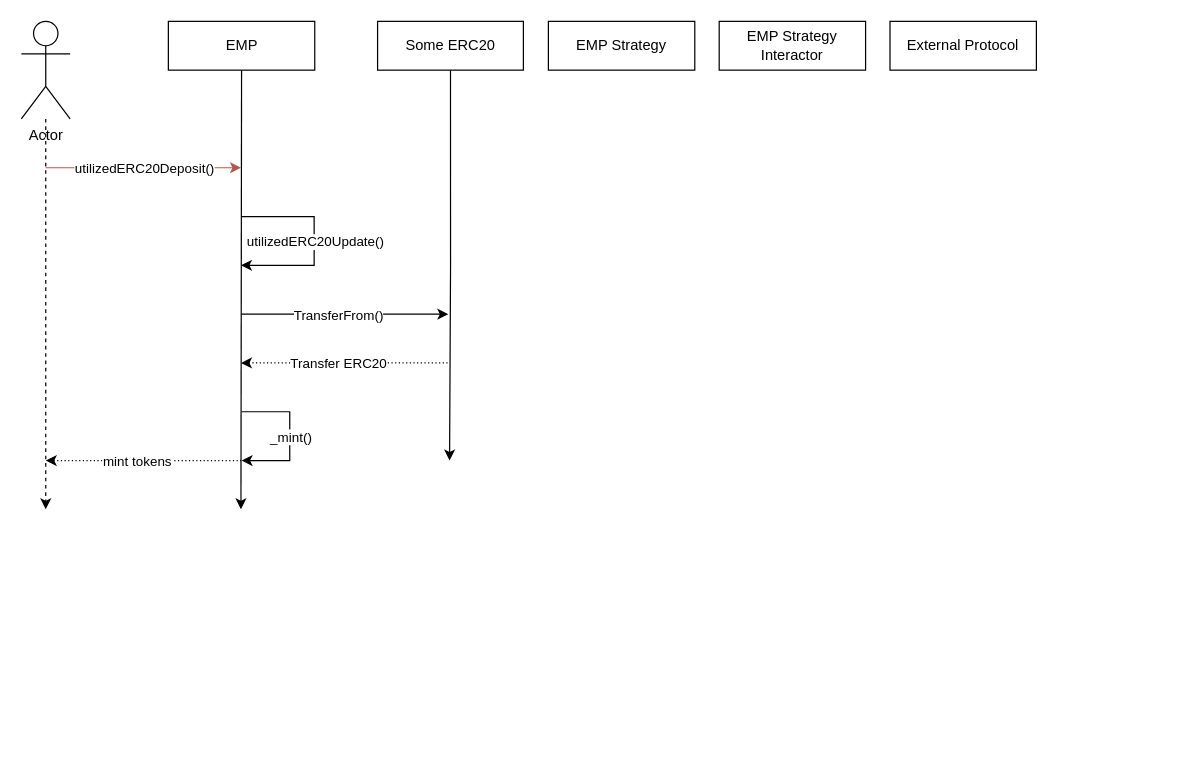
This is v1-emp/diagrams/overview.drawio from yield-sync/specifications, a draw.io file, before an edit. Source tidied: cells renumbered, new cells numbered last; positions are measured from the earlier drawing's top-left corner, leaving out a move shared by most shapes. Both pictures are drawn from the tidied source at 122%, with x=0, y=0 at pixel (21, 21).
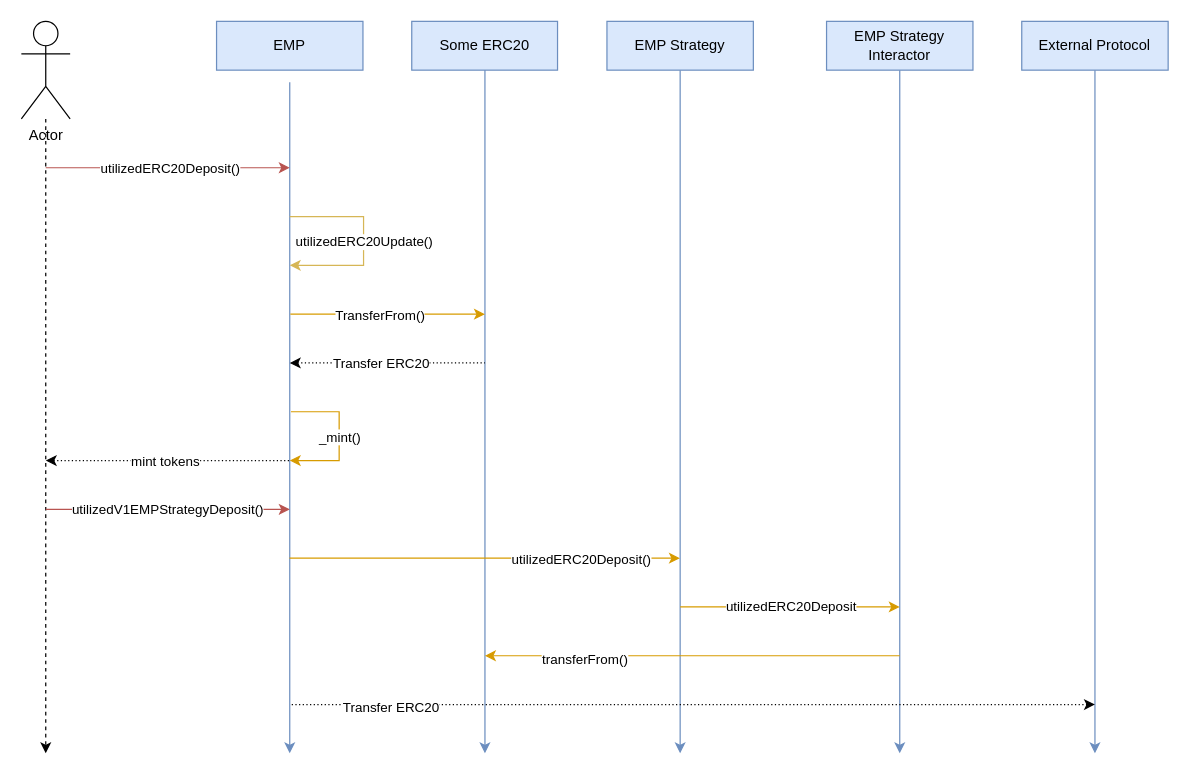
After the change.

Commit message:
Updated Strategy Deposit Process

The change refers to these unchanged cells:
```xml
<mxCell id="10" value="Actor" style="shape=umlActor;verticalLabelPosition=bottom;verticalAlign=top;html=1;outlineConnect=0;" parent="1" vertex="1">
  <mxGeometry width="40" height="80" as="geometry" />
</mxCell>
```

Diff of the diagram source:
```diff
@@
-    <mxCell id="2" style="edgeStyle=orthogonalEdgeStyle;rounded=0;jettySize=auto;html=1;exitX=0.5;exitY=1;exitDx=0;exitDy=0;" parent="1" edge="1" source="3">
+    <mxCell id="2" style="edgeStyle=orthogonalEdgeStyle;rounded=0;orthogonalLoop=1;jettySize=auto;html=1;exitX=0.5;exitY=1;exitDx=0;exitDy=0;fillColor=#dae8fc;strokeColor=#6c8ebf;" parent="1" edge="1">
       <mxGeometry relative="1" as="geometry">
-        <mxPoint x="180" y="400" as="targetPoint" />
+        <mxPoint x="220" y="50" as="sourcePoint" />
+        <mxPoint x="220" y="600" as="targetPoint" />
+        <Array as="points">
+          <mxPoint x="220" y="500" />
+          <mxPoint x="220" y="500" />
+        </Array>
       </mxGeometry>
     </mxCell>
-    <mxCell id="3" value="EMP" style="rounded=0;whiteSpace=wrap;html=1;" parent="1" vertex="1">
-      <mxGeometry x="120.5" width="120" height="40" as="geometry" />
+    <mxCell id="3" value="EMP" style="rounded=0;whiteSpace=wrap;html=1;fillColor=#dae8fc;strokeColor=#6c8ebf;" parent="1" vertex="1">
+      <mxGeometry x="160" width="120" height="40" as="geometry" />
     </mxCell>
+    <mxCell id="23" style="edgeStyle=orthogonalEdgeStyle;rounded=0;jettySize=auto;html=1;fillColor=#dae8fc;strokeColor=#6c8ebf;" parent="1" edge="1" source="4">
+      <mxGeometry relative="1" as="geometry">
+        <mxPoint x="540" y="600" as="targetPoint" />
+      </mxGeometry>
+    </mxCell>
-    <mxCell id="4" value="EMP Strategy" style="rounded=0;whiteSpace=wrap;html=1;" parent="1" vertex="1">
-      <mxGeometry x="432" width="120" height="40" as="geometry" />
+    <mxCell id="4" value="EMP Strategy" style="rounded=0;whiteSpace=wrap;html=1;fillColor=#dae8fc;strokeColor=#6c8ebf;" parent="1" vertex="1">
+      <mxGeometry x="480" width="120" height="40" as="geometry" />
     </mxCell>
+    <mxCell id="24" style="edgeStyle=orthogonalEdgeStyle;rounded=0;jettySize=auto;html=1;fillColor=#dae8fc;strokeColor=#6c8ebf;" parent="1" edge="1" source="5">
+      <mxGeometry relative="1" as="geometry">
+        <mxPoint x="720" y="600" as="targetPoint" />
+      </mxGeometry>
+    </mxCell>
-    <mxCell id="5" value="EMP Strategy Interactor" style="rounded=0;whiteSpace=wrap;html=1;" parent="1" vertex="1">
-      <mxGeometry x="572" width="120" height="40" as="geometry" />
+    <mxCell id="5" value="EMP Strategy Interactor" style="rounded=0;whiteSpace=wrap;html=1;fillColor=#dae8fc;strokeColor=#6c8ebf;" parent="1" vertex="1">
+      <mxGeometry x="660" width="120" height="40" as="geometry" />
     </mxCell>
+    <mxCell id="25" style="edgeStyle=orthogonalEdgeStyle;rounded=0;jettySize=auto;html=1;fillColor=#dae8fc;strokeColor=#6c8ebf;" parent="1" edge="1" source="6">
+      <mxGeometry relative="1" as="geometry">
+        <mxPoint x="880" y="600" as="targetPoint" />
+      </mxGeometry>
+    </mxCell>
-    <mxCell id="6" value="External Protocol" style="rounded=0;whiteSpace=wrap;html=1;" parent="1" vertex="1">
-      <mxGeometry x="712" width="120" height="40" as="geometry" />
+    <mxCell id="6" value="External Protocol" style="rounded=0;whiteSpace=wrap;html=1;fillColor=#dae8fc;strokeColor=#6c8ebf;" parent="1" vertex="1">
+      <mxGeometry x="820" width="120" height="40" as="geometry" />
     </mxCell>
     <mxCell id="7" style="edgeStyle=orthogonalEdgeStyle;rounded=0;orthogonalLoop=1;jettySize=auto;html=1;endArrow=classic;endFill=1;fillColor=#f8cecc;strokeColor=#b85450;" parent="1" edge="1">
       <mxGeometry relative="1" as="geometry">
         <mxPoint x="20" y="120" as="sourcePoint" />
-        <mxPoint x="180" y="120" as="targetPoint" />
+        <mxPoint x="220" y="120" as="targetPoint" />
       </mxGeometry>
     </mxCell>
     <mxCell id="8" value="utilizedERC20Deposit()" style="edgeLabel;html=1;align=center;verticalAlign=middle;" parent="7" vertex="1">
       <mxGeometry x="0.17" y="1" relative="1" as="geometry">
-        <mxPoint x="-14" y="1" as="offset" />
+        <mxPoint x="-16" y="1" as="offset" />
       </mxGeometry>
     </mxCell>
     <mxCell id="9" style="edgeStyle=orthogonalEdgeStyle;rounded=0;jettySize=auto;html=1;dashed=1;" parent="1" edge="1" source="10">
       <mxGeometry relative="1" as="geometry">
-        <mxPoint x="20" y="400" as="targetPoint" />
-        <Array as="points">
-          <mxPoint x="20" y="280" />
-        </Array>
+        <mxPoint x="20" y="600" as="targetPoint" />
       </mxGeometry>
     </mxCell>
@@
-    <mxCell id="11" style="edgeStyle=orthogonalEdgeStyle;rounded=0;jettySize=auto;html=1;exitX=0.5;exitY=1;exitDx=0;exitDy=0;" parent="1" edge="1" source="12">
+    <mxCell id="11" style="edgeStyle=orthogonalEdgeStyle;rounded=0;jettySize=auto;html=1;fillColor=#dae8fc;strokeColor=#6c8ebf;exitX=0.502;exitY=0.5;exitDx=0;exitDy=0;exitPerimeter=0;" parent="1" edge="1" source="12">
       <mxGeometry relative="1" as="geometry">
-        <mxPoint x="351" y="360" as="targetPoint" />
+        <mxPoint x="380" y="600" as="targetPoint" />
       </mxGeometry>
     </mxCell>
-    <mxCell id="12" value="Some ERC20" style="rounded=0;whiteSpace=wrap;html=1;" parent="1" vertex="1">
-      <mxGeometry x="292" width="119.5" height="40" as="geometry" />
+    <mxCell id="12" value="Some ERC20" style="rounded=0;whiteSpace=wrap;html=1;fillColor=#dae8fc;strokeColor=#6c8ebf;" parent="1" vertex="1">
+      <mxGeometry x="320" width="119.5" height="40" as="geometry" />
     </mxCell>
-    <mxCell id="13" style="edgeStyle=orthogonalEdgeStyle;rounded=0;orthogonalLoop=1;jettySize=auto;html=1;endArrow=classic;endFill=1;" parent="1" edge="1">
+    <mxCell id="13" style="edgeStyle=orthogonalEdgeStyle;rounded=0;orthogonalLoop=1;jettySize=auto;html=1;endArrow=classic;endFill=1;fillColor=#fff2cc;strokeColor=#d6b656;" parent="1" edge="1">
       <mxGeometry relative="1" as="geometry">
-        <mxPoint x="180" y="160" as="sourcePoint" />
-        <mxPoint x="180" y="200" as="targetPoint" />
+        <mxPoint x="220" y="160" as="sourcePoint" />
+        <mxPoint x="220" y="200" as="targetPoint" />
         <Array as="points">
-          <mxPoint x="240" y="160" />
-          <mxPoint x="240" y="200" />
+          <mxPoint x="280.5" y="160" />
+          <mxPoint x="280.5" y="200" />
         </Array>
       </mxGeometry>
     </mxCell>
@@
-    <mxCell id="15" style="edgeStyle=orthogonalEdgeStyle;rounded=0;orthogonalLoop=1;jettySize=auto;html=1;endArrow=classic;endFill=1;" parent="1" edge="1">
+    <mxCell id="15" style="edgeStyle=orthogonalEdgeStyle;rounded=0;orthogonalLoop=1;jettySize=auto;html=1;endArrow=classic;endFill=1;fillColor=#ffe6cc;strokeColor=#d79b00;" parent="1" edge="1">
       <mxGeometry relative="1" as="geometry">
-        <mxPoint x="180" y="240" as="sourcePoint" />
-        <mxPoint x="350" y="240" as="targetPoint" />
+        <mxPoint x="220.5" y="240" as="sourcePoint" />
+        <mxPoint x="380" y="240" as="targetPoint" />
       </mxGeometry>
     </mxCell>
@@
-    <mxCell id="17" style="edgeStyle=orthogonalEdgeStyle;rounded=0;orthogonalLoop=1;jettySize=auto;html=1;endArrow=classic;endFill=1;" parent="1" edge="1">
+    <mxCell id="17" style="edgeStyle=orthogonalEdgeStyle;rounded=0;orthogonalLoop=1;jettySize=auto;html=1;endArrow=classic;endFill=1;fillColor=#ffe6cc;strokeColor=#d79b00;" parent="1" edge="1">
       <mxGeometry relative="1" as="geometry">
-        <mxPoint x="180.5" y="320" as="sourcePoint" />
-        <mxPoint x="180.5" y="360" as="targetPoint" />
+        <mxPoint x="221" y="320" as="sourcePoint" />
+        <mxPoint x="220" y="360" as="targetPoint" />
         <Array as="points">
-          <mxPoint x="220" y="320" />
-          <mxPoint x="220" y="360" />
+          <mxPoint x="260.5" y="320" />
+          <mxPoint x="260.5" y="360" />
         </Array>
       </mxGeometry>
     </mxCell>
@@
     <mxCell id="19" style="edgeStyle=orthogonalEdgeStyle;rounded=0;orthogonalLoop=1;jettySize=auto;html=1;endArrow=none;endFill=0;startArrow=classic;startFill=1;dashed=1;dashPattern=1 2;" parent="1" edge="1">
       <mxGeometry relative="1" as="geometry">
         <mxPoint x="20" y="360" as="sourcePoint" />
-        <mxPoint x="180" y="360" as="targetPoint" />
+        <mxPoint x="220" y="360" as="targetPoint" />
       </mxGeometry>
     </mxCell>
@@
     <mxCell id="21" style="edgeStyle=orthogonalEdgeStyle;rounded=0;orthogonalLoop=1;jettySize=auto;html=1;endArrow=none;endFill=0;startArrow=classic;startFill=1;dashed=1;dashPattern=1 2;" parent="1" edge="1">
       <mxGeometry relative="1" as="geometry">
-        <mxPoint x="180" y="280" as="sourcePoint" />
-        <mxPoint x="350" y="280" as="targetPoint" />
+        <mxPoint x="220" y="280" as="sourcePoint" />
+        <mxPoint x="380" y="280" as="targetPoint" />
       </mxGeometry>
     </mxCell>
@@
+    <mxCell id="26" value="utilizedV1EMPStrategyDeposit()" style="edgeStyle=none;orthogonalLoop=1;jettySize=auto;html=1;rounded=0;fillColor=#f8cecc;strokeColor=#b85450;" parent="1" edge="1">
+      <mxGeometry relative="1" as="geometry">
+        <mxPoint x="20" y="400" as="sourcePoint" />
+        <mxPoint x="220" y="400" as="targetPoint" />
+      </mxGeometry>
+    </mxCell>
+    <mxCell id="27" style="edgeStyle=orthogonalEdgeStyle;rounded=0;orthogonalLoop=1;jettySize=auto;html=1;endArrow=classic;endFill=1;fillColor=#ffe6cc;strokeColor=#d79b00;" parent="1" edge="1">
+      <mxGeometry relative="1" as="geometry">
+        <mxPoint x="219.8" y="440" as="sourcePoint" />
+        <mxPoint x="539.8" y="440" as="targetPoint" />
+      </mxGeometry>
+    </mxCell>
+    <mxCell id="28" value="utilizedERC20Deposit()" style="edgeLabel;html=1;align=center;verticalAlign=middle;" parent="27" vertex="1">
+      <mxGeometry x="0.17" y="1" relative="1" as="geometry">
+        <mxPoint x="52" y="1" as="offset" />
+      </mxGeometry>
+    </mxCell>
+    <mxCell id="29" style="edgeStyle=orthogonalEdgeStyle;rounded=0;orthogonalLoop=1;jettySize=auto;html=1;endArrow=classic;endFill=1;fillColor=#ffe6cc;strokeColor=#d79b00;" parent="1" edge="1">
+      <mxGeometry relative="1" as="geometry">
+        <mxPoint x="540" y="480" as="sourcePoint" />
+        <mxPoint x="720" y="480" as="targetPoint" />
+      </mxGeometry>
+    </mxCell>
+    <mxCell id="30" value="utilizedERC20Deposit" style="edgeLabel;html=1;align=center;verticalAlign=middle;" parent="29" vertex="1">
+      <mxGeometry x="-0.39" y="1" relative="1" as="geometry">
+        <mxPoint x="35" as="offset" />
+      </mxGeometry>
+    </mxCell>
+    <mxCell id="31" style="edgeStyle=orthogonalEdgeStyle;rounded=0;orthogonalLoop=1;jettySize=auto;html=1;endArrow=none;endFill=0;startArrow=classic;startFill=1;dashed=1;dashPattern=1 2;" parent="1" edge="1">
+      <mxGeometry relative="1" as="geometry">
+        <mxPoint x="880" y="560" as="sourcePoint" />
+        <mxPoint x="220" y="560" as="targetPoint" />
+      </mxGeometry>
+    </mxCell>
+    <mxCell id="32" value="Transfer ERC20" style="edgeLabel;html=1;align=center;verticalAlign=middle;" parent="31" vertex="1">
+      <mxGeometry x="0.17" y="1" relative="1" as="geometry">
+        <mxPoint x="-192" y="1" as="offset" />
+      </mxGeometry>
+    </mxCell>
+    <mxCell id="33" style="edgeStyle=orthogonalEdgeStyle;rounded=0;orthogonalLoop=1;jettySize=auto;html=1;endArrow=classic;endFill=1;fillColor=#ffe6cc;strokeColor=#d79b00;" parent="1" edge="1">
+      <mxGeometry relative="1" as="geometry">
+        <mxPoint x="720" y="520" as="sourcePoint" />
+        <mxPoint x="380" y="520" as="targetPoint" />
+      </mxGeometry>
+    </mxCell>
+    <mxCell id="34" value="transferFrom()" style="edgeLabel;html=1;align=center;verticalAlign=middle;" parent="33" vertex="1">
+      <mxGeometry x="0.17" y="1" relative="1" as="geometry">
+        <mxPoint x="-60" y="1" as="offset" />
+      </mxGeometry>
+    </mxCell>
```
